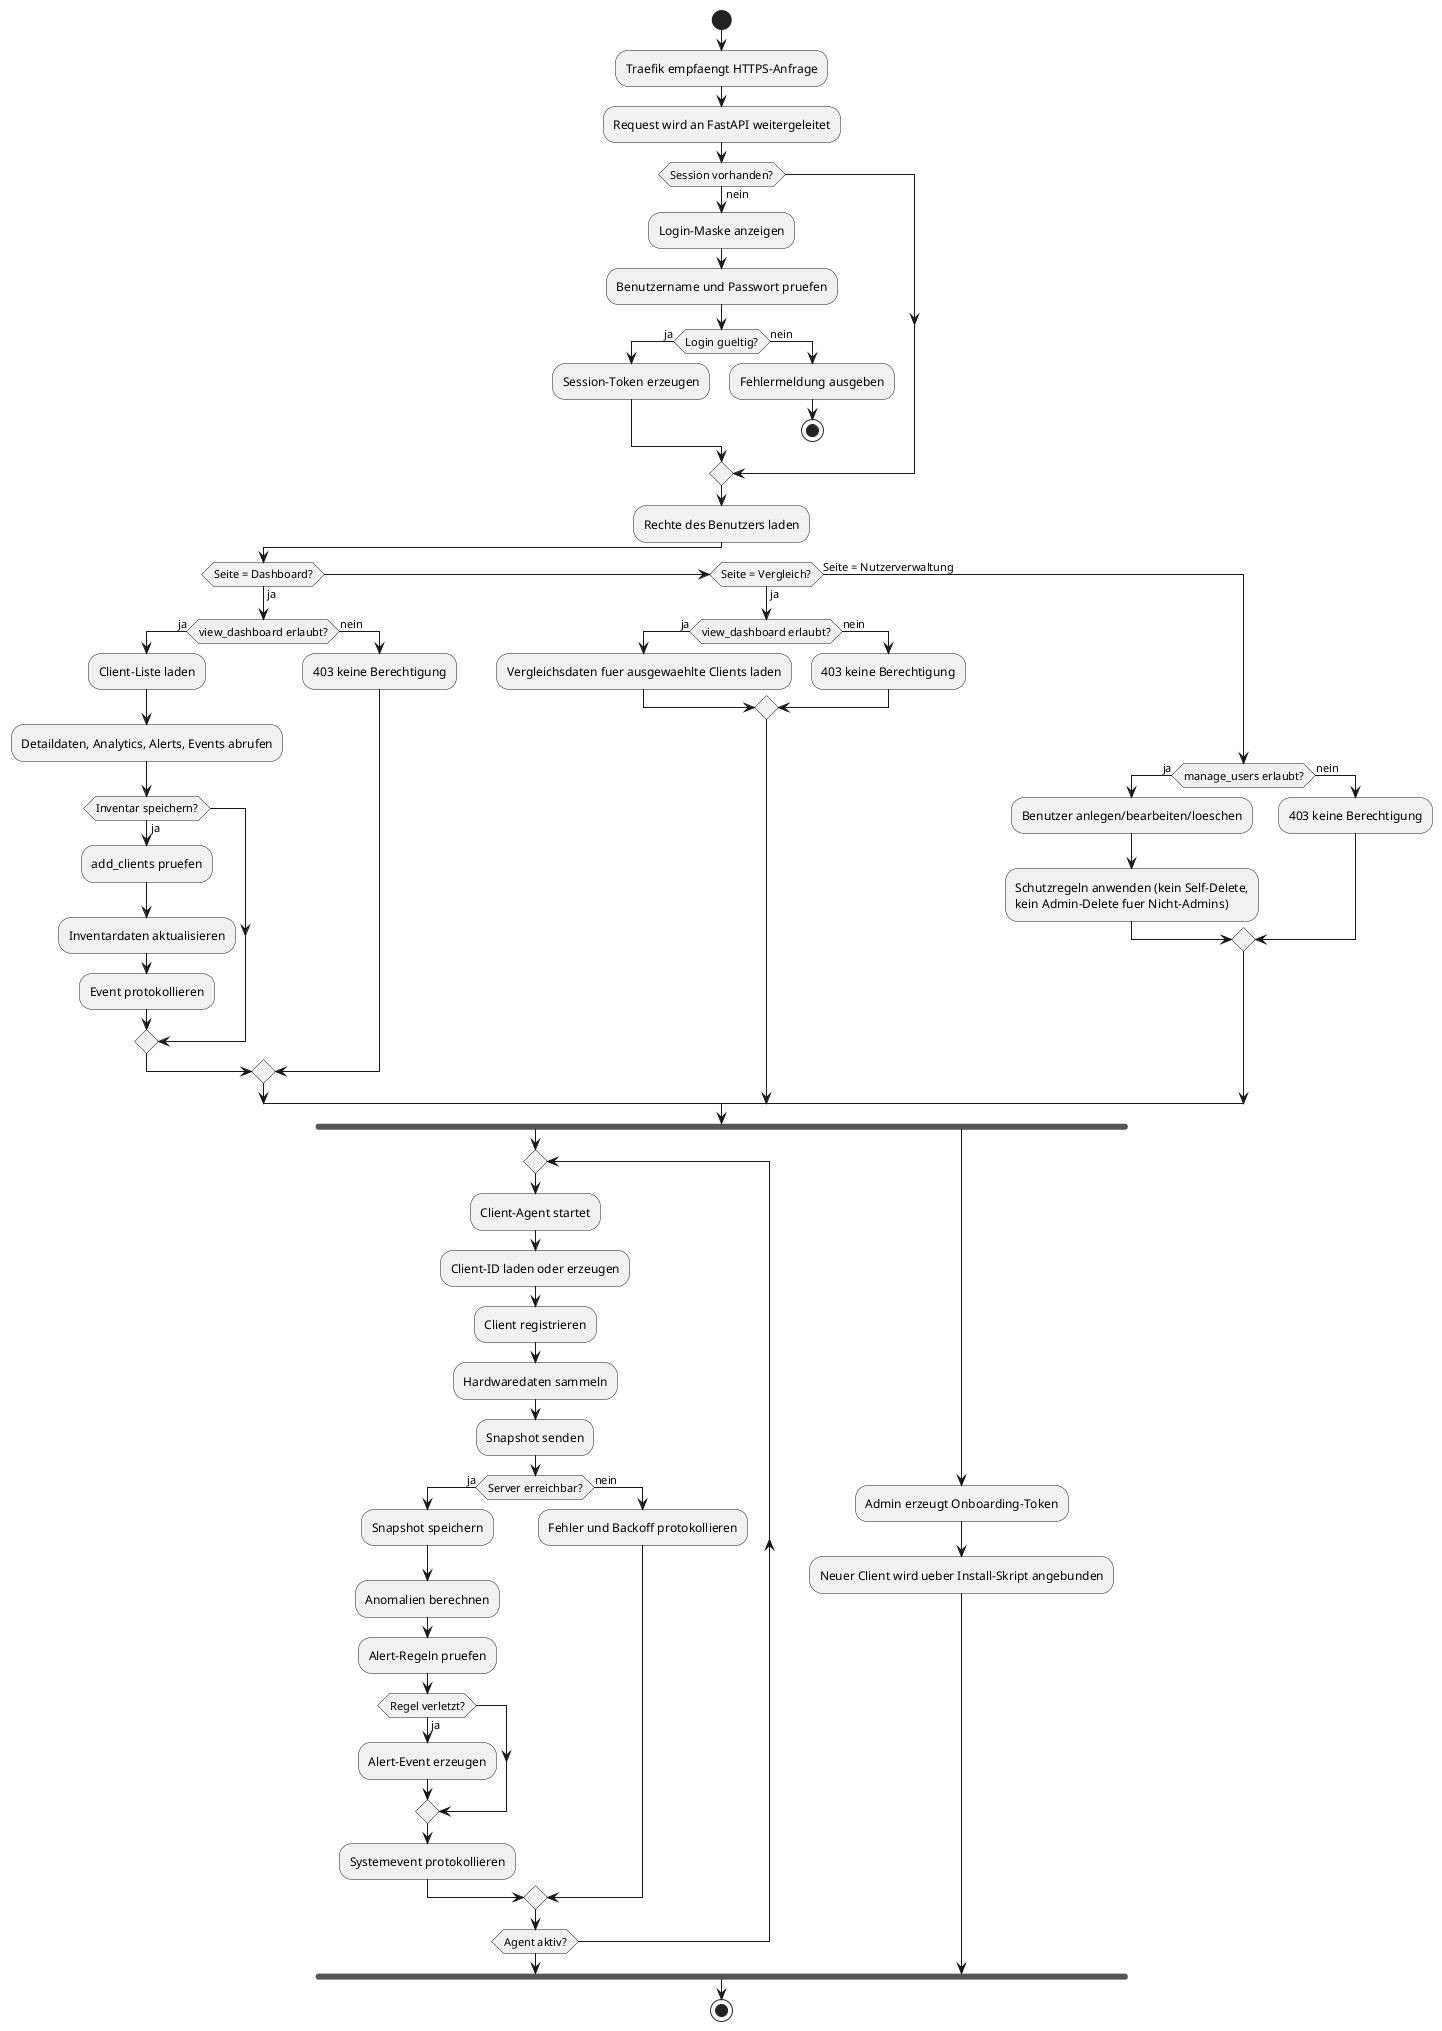
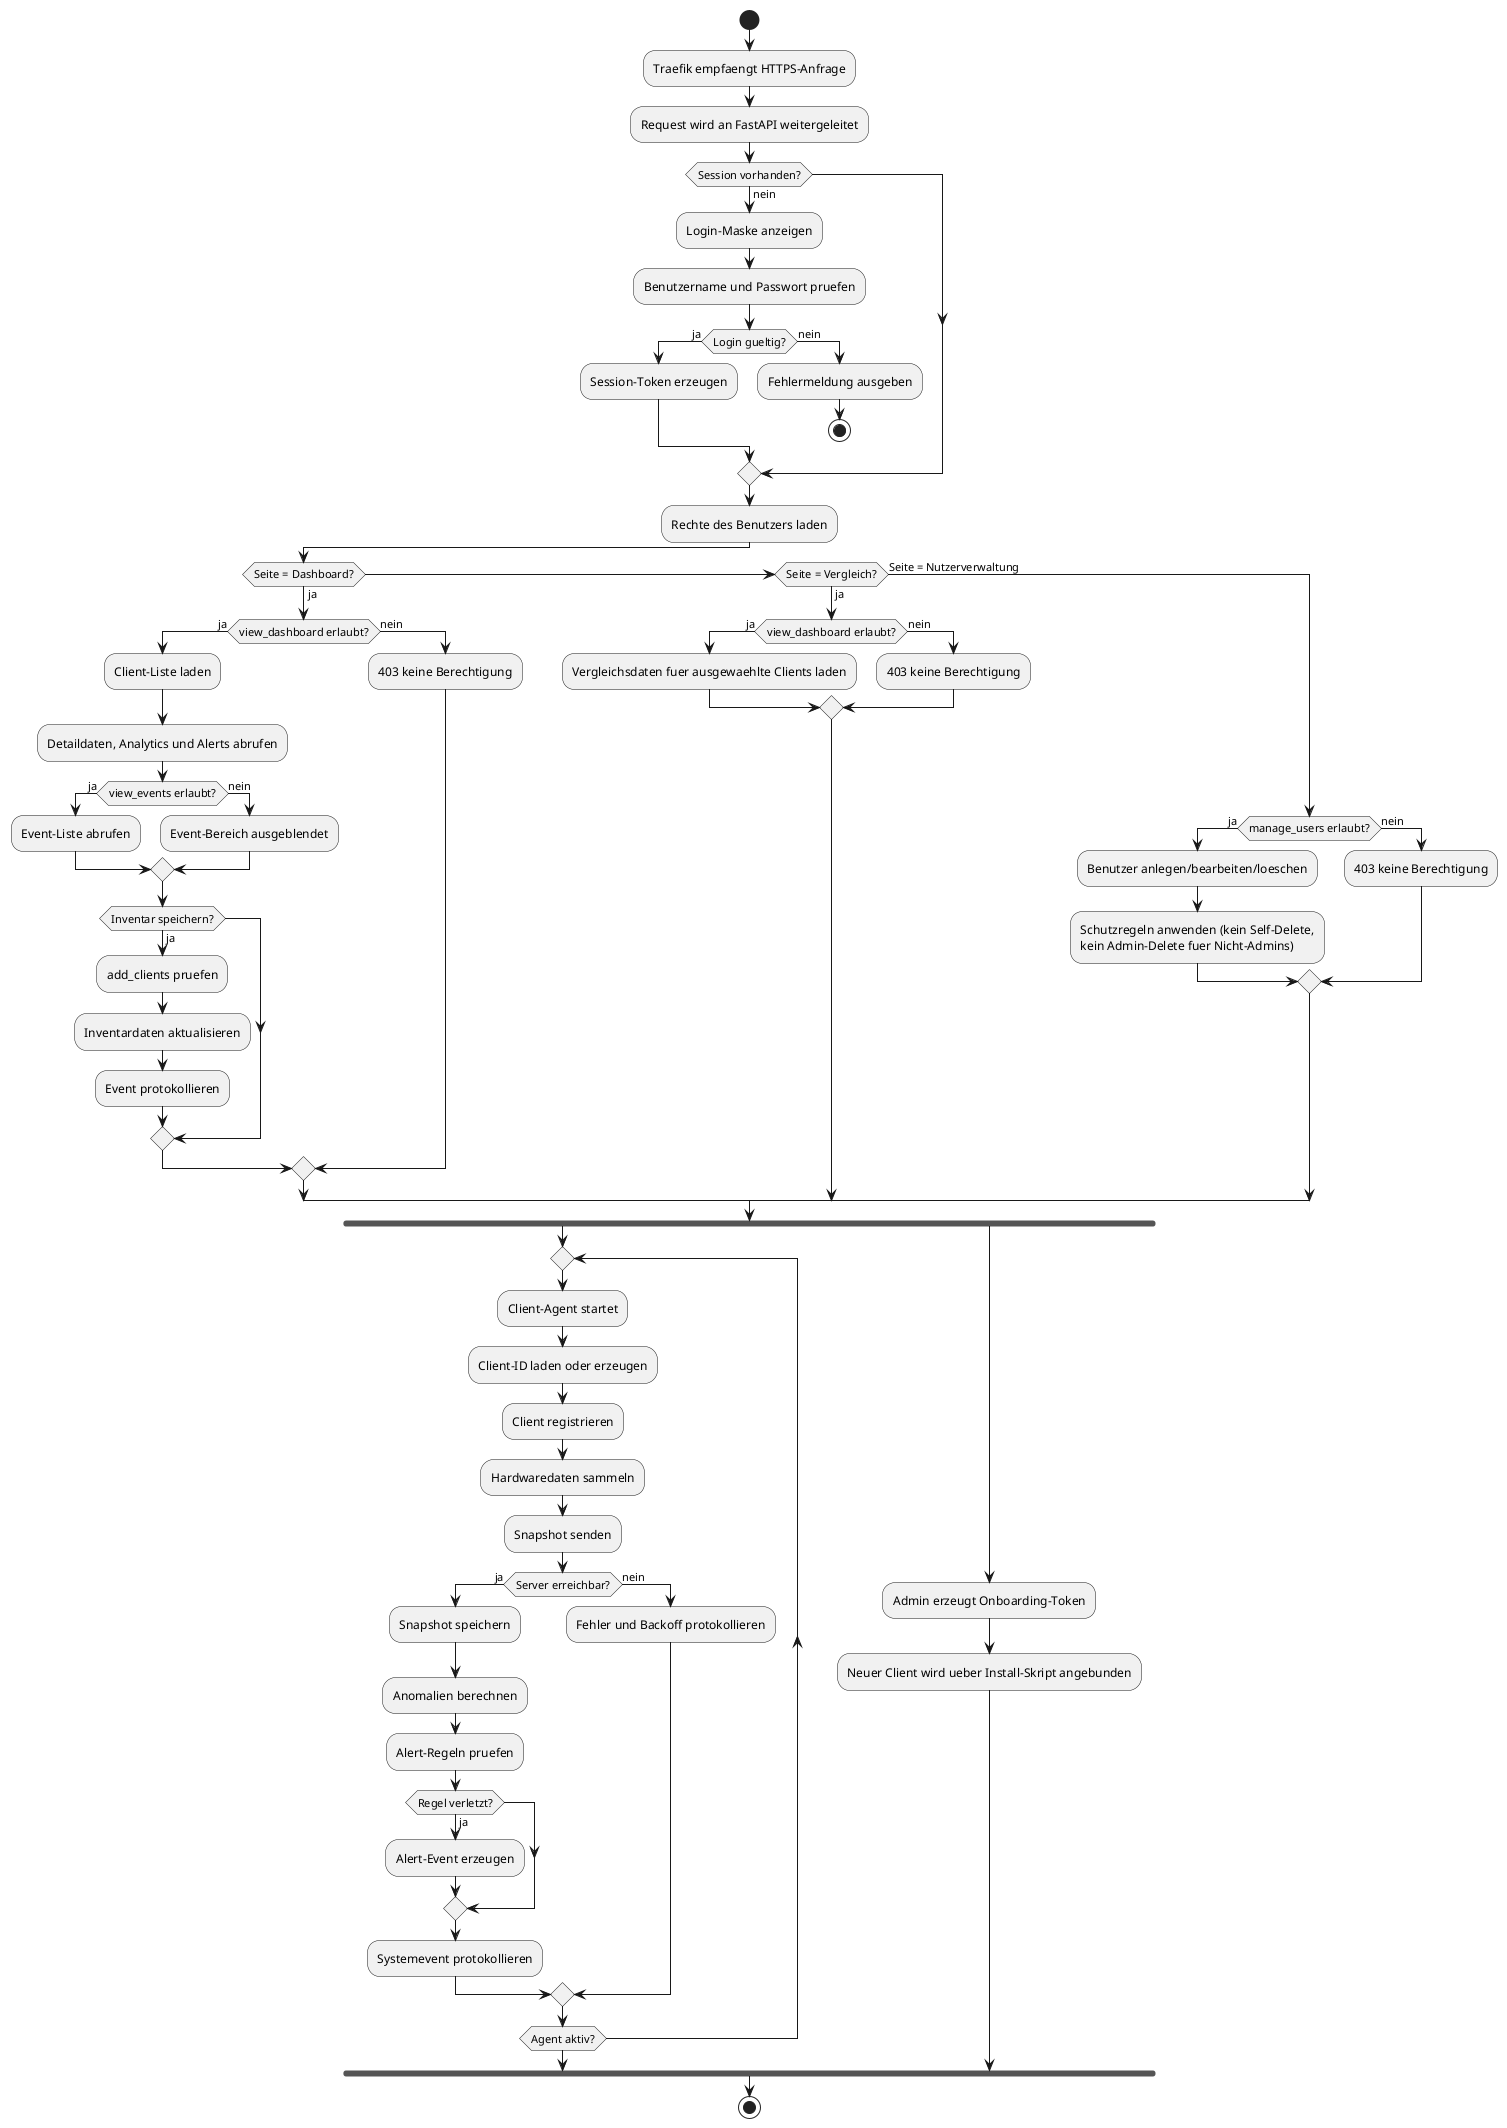
@startuml
start
:Traefik empfaengt HTTPS-Anfrage;
:Request wird an FastAPI weitergeleitet;

if (Session vorhanden?) then (nein)
  :Login-Maske anzeigen;
  :Benutzername und Passwort pruefen;
  if (Login gueltig?) then (ja)
    :Session-Token erzeugen;
  else (nein)
    :Fehlermeldung ausgeben;
    stop
  endif
endif

:Rechte des Benutzers laden;

if (Seite = Dashboard?) then (ja)
  if (view_dashboard erlaubt?) then (ja)
    :Client-Liste laden;
-     :Detaildaten, Analytics, Alerts, Events abrufen;
+     :Detaildaten, Analytics und Alerts abrufen;
+     if (view_events erlaubt?) then (ja)
+       :Event-Liste abrufen;
+     else (nein)
+       :Event-Bereich ausgeblendet;
+     endif
    if (Inventar speichern?) then (ja)
      :add_clients pruefen;
      :Inventardaten aktualisieren;
      :Event protokollieren;
    endif
  else (nein)
    :403 keine Berechtigung;
  endif
elseif (Seite = Vergleich?) then (ja)
  if (view_dashboard erlaubt?) then (ja)
    :Vergleichsdaten fuer ausgewaehlte Clients laden;
  else (nein)
    :403 keine Berechtigung;
  endif
else (Seite = Nutzerverwaltung)
  if (manage_users erlaubt?) then (ja)
    :Benutzer anlegen/bearbeiten/loeschen;
    :Schutzregeln anwenden (kein Self-Delete,\nkein Admin-Delete fuer Nicht-Admins);
  else (nein)
    :403 keine Berechtigung;
  endif
endif

fork
  repeat
    :Client-Agent startet;
    :Client-ID laden oder erzeugen;
    :Client registrieren;
    :Hardwaredaten sammeln;
    :Snapshot senden;
    if (Server erreichbar?) then (ja)
      :Snapshot speichern;
      :Anomalien berechnen;
      :Alert-Regeln pruefen;
      if (Regel verletzt?) then (ja)
        :Alert-Event erzeugen;
      endif
      :Systemevent protokollieren;
    else (nein)
      :Fehler und Backoff protokollieren;
    endif
  repeat while (Agent aktiv?)
fork again
  :Admin erzeugt Onboarding-Token;
  :Neuer Client wird ueber Install-Skript angebunden;
end fork

stop
@enduml
